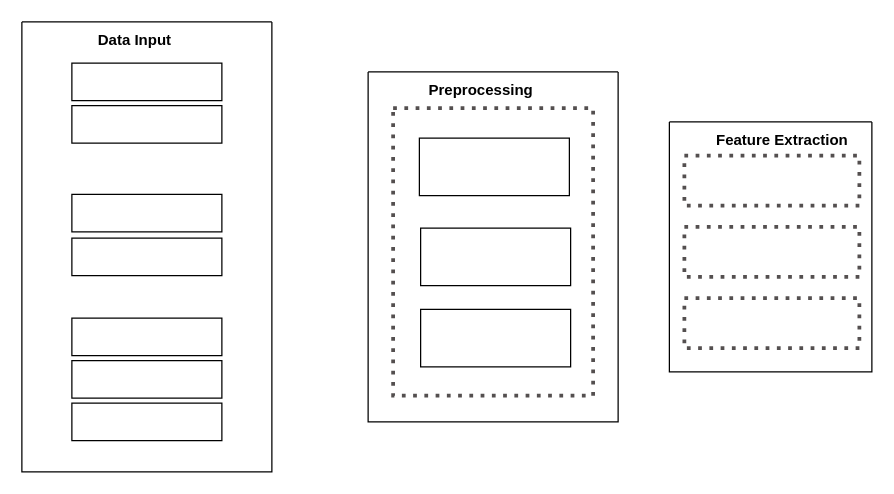
This is one/Untitled Diagram.drawio from theJohnCode/storage, a draw.io file, before an edit. Source tidied: cells renumbered, new cells numbered last; positions are measured from the earlier drawing's top-left corner, leaving out a move shared by most shapes. Both pictures are drawn from the tidied source at 125%, with x=0, y=0 at pixel (21, 21).
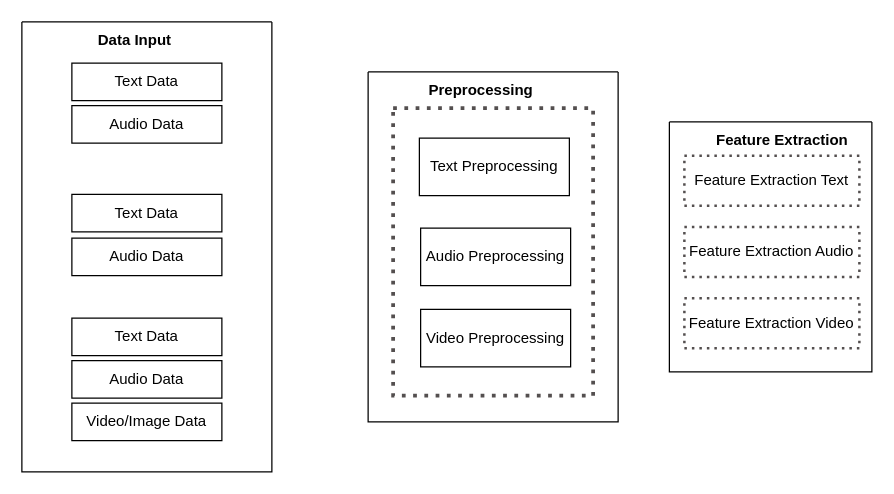
The same diagram, later.

Commit message:
named the boxed

Unchanged cells that the change refers to:
```xml
<mxCell id="3" style="swimlane;startSize=0;" parent="1" vertex="1">
  <mxGeometry width="200" height="360" as="geometry" />
</mxCell>
<mxCell id="12" style="swimlane;startSize=0;" parent="1" vertex="1">
  <mxGeometry x="277" y="40" width="200" height="280" as="geometry" />
</mxCell>
```

Change to the diagram source:
```diff
@@
-    <mxCell id="4" style="rounded=0;whiteSpace=wrap;html=1;" parent="3" vertex="1">
+    <mxCell id="4" value="Text Data" style="rounded=0;whiteSpace=wrap;html=1;" parent="3" vertex="1">
       <mxGeometry x="40" y="33" width="120" height="30" as="geometry" />
     </mxCell>
@@
-    <mxCell id="6" style="rounded=0;whiteSpace=wrap;html=1;" parent="3" vertex="1">
+    <mxCell id="6" value="Audio Data" style="rounded=0;whiteSpace=wrap;html=1;" parent="3" vertex="1">
       <mxGeometry x="40" y="67" width="120" height="30" as="geometry" />
     </mxCell>
-    <mxCell id="7" style="rounded=0;whiteSpace=wrap;html=1;" parent="3" vertex="1">
+    <mxCell id="7" value="Text Data" style="rounded=0;whiteSpace=wrap;html=1;" parent="3" vertex="1">
       <mxGeometry x="40" y="138" width="120" height="30" as="geometry" />
     </mxCell>
-    <mxCell id="8" style="rounded=0;whiteSpace=wrap;html=1;" parent="3" vertex="1">
+    <mxCell id="8" value="Audio Data" style="rounded=0;whiteSpace=wrap;html=1;" parent="3" vertex="1">
       <mxGeometry x="40" y="173" width="120" height="30" as="geometry" />
     </mxCell>
-    <mxCell id="9" style="rounded=0;whiteSpace=wrap;html=1;" parent="3" vertex="1">
+    <mxCell id="9" value="Audio Data" style="rounded=0;whiteSpace=wrap;html=1;" parent="3" vertex="1">
       <mxGeometry x="40" y="271" width="120" height="30" as="geometry" />
     </mxCell>
-    <mxCell id="10" style="rounded=0;whiteSpace=wrap;html=1;" parent="3" vertex="1">
+    <mxCell id="10" value="Video/Image Data" style="rounded=0;whiteSpace=wrap;html=1;" parent="3" vertex="1">
       <mxGeometry x="40" y="305" width="120" height="30" as="geometry" />
     </mxCell>
-    <mxCell id="11" style="rounded=0;whiteSpace=wrap;html=1;" parent="3" vertex="1">
+    <mxCell id="11" value="Text Data" style="rounded=0;whiteSpace=wrap;html=1;" parent="3" vertex="1">
       <mxGeometry x="40" y="237" width="120" height="30" as="geometry" />
     </mxCell>
@@
-    <mxCell id="13" style="rounded=0;whiteSpace=wrap;html=1;" parent="12" vertex="1">
+    <mxCell id="13" value="Text Preprocessing" style="rounded=0;whiteSpace=wrap;html=1;" parent="12" vertex="1">
       <mxGeometry x="41" y="53" width="120" height="46" as="geometry" />
     </mxCell>
@@
-    <mxCell id="15" style="rounded=0;whiteSpace=wrap;html=1;" parent="12" vertex="1">
+    <mxCell id="15" value="Audio Preprocessing" style="rounded=0;whiteSpace=wrap;html=1;" parent="12" vertex="1">
       <mxGeometry x="42" y="125" width="120" height="46" as="geometry" />
     </mxCell>
-    <mxCell id="16" style="rounded=0;whiteSpace=wrap;html=1;" parent="12" vertex="1">
+    <mxCell id="16" value="Video Preprocessing" style="rounded=0;whiteSpace=wrap;html=1;" parent="12" vertex="1">
       <mxGeometry x="42" y="190" width="120" height="46" as="geometry" />
     </mxCell>
-    <mxCell id="17" style="rounded=0;whiteSpace=wrap;html=1;strokeColor=light-dark(#544f4f, #ededed);dashed=1;dashPattern=1 2;strokeWidth=3;fillColor=none;perimeterSpacing=0;" parent="1" vertex="1">
+    <mxCell id="17" value="Feature Extraction Text" style="rounded=0;whiteSpace=wrap;html=1;strokeColor=light-dark(#544f4f, #ededed);dashed=1;dashPattern=1 2;strokeWidth=2;fillColor=none;perimeterSpacing=0;" parent="1" vertex="1">
       <mxGeometry x="530" y="107" width="140" height="40" as="geometry" />
     </mxCell>
@@
-    <mxCell id="20" style="rounded=0;whiteSpace=wrap;html=1;strokeColor=light-dark(#544f4f, #ededed);dashed=1;dashPattern=1 2;strokeWidth=3;fillColor=none;perimeterSpacing=0;" parent="1" vertex="1">
+    <mxCell id="20" value="Feature Extraction Audio" style="rounded=0;whiteSpace=wrap;html=1;strokeColor=light-dark(#544f4f, #ededed);dashed=1;dashPattern=1 2;strokeWidth=2;fillColor=none;perimeterSpacing=0;" parent="1" vertex="1">
       <mxGeometry x="530" y="164" width="140" height="40" as="geometry" />
     </mxCell>
-    <mxCell id="21" style="rounded=0;whiteSpace=wrap;html=1;strokeColor=light-dark(#544f4f, #ededed);dashed=1;dashPattern=1 2;strokeWidth=3;fillColor=none;perimeterSpacing=0;" parent="1" vertex="1">
+    <mxCell id="21" value="Feature Extraction Video" style="rounded=0;whiteSpace=wrap;html=1;strokeColor=light-dark(#544f4f, #ededed);dashed=1;dashPattern=1 2;strokeWidth=2;fillColor=none;perimeterSpacing=0;" parent="1" vertex="1">
       <mxGeometry x="530" y="221" width="140" height="40" as="geometry" />
     </mxCell>
```
